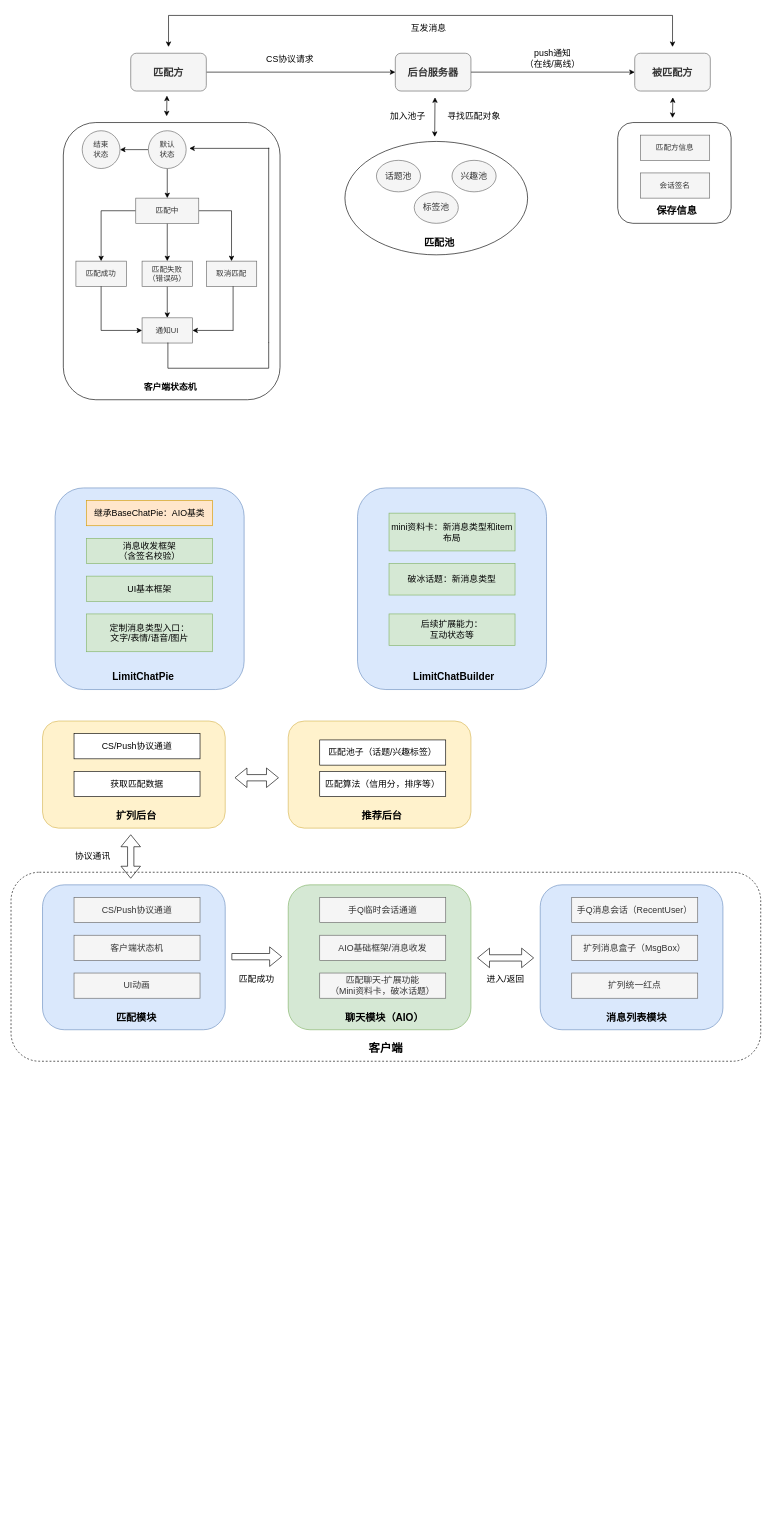
Earlier version of the draw.io diagram page "kuolie" (4 of 5) of t3.drawio (wind1096471134/Brainstorming). Source tidied: cells renumbered, new cells numbered last; positions are measured from the earlier drawing's top-left corner, leaving out a move shared by most shapes. Both pictures are drawn from the tidied source at 63%, with x=0, y=0 at pixel (11, 15).
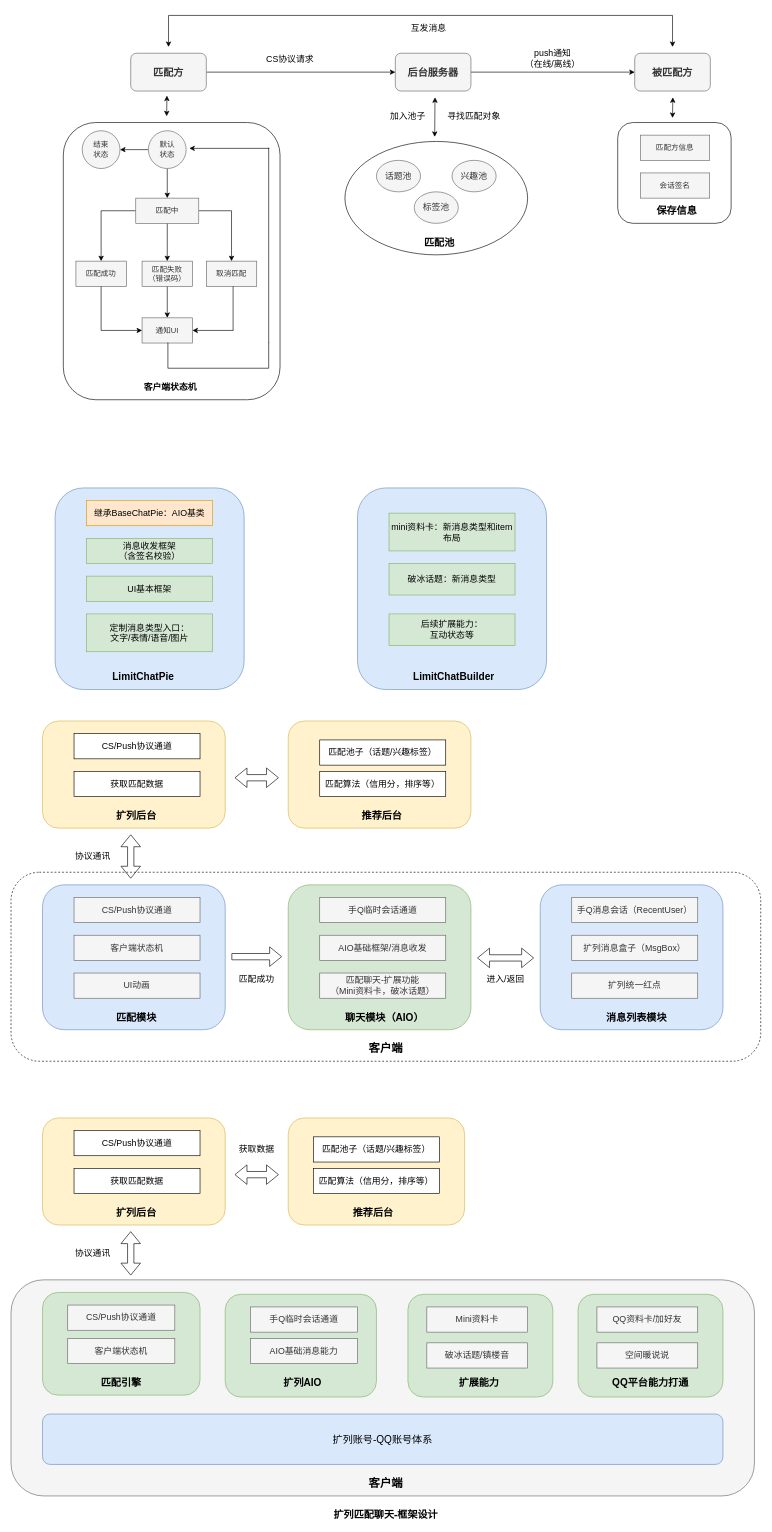
Above is the later version.

What changed in the source:
```diff
@@
+    <mxCell id="92" style="rounded=1;whiteSpace=wrap;html=1;fillColor=#f5f5f5;strokeWidth=1;perimeterSpacing=2;strokeColor=#666666;fontColor=#333333;" parent="1" vertex="1">
+      <mxGeometry y="2007" width="1180" height="343" as="geometry" />
+    </mxCell>
+    <mxCell id="93" style="rounded=1;whiteSpace=wrap;html=1;fillColor=#d5e8d4;strokeColor=#82b366;" parent="1" vertex="1">
+      <mxGeometry x="340" y="2030" width="240" height="163" as="geometry" />
+    </mxCell>
+    <mxCell id="94" value="&lt;font style=&quot;font-size: 16px&quot;&gt;&lt;b&gt;扩列AIO&lt;/b&gt;&lt;/font&gt;" style="text;html=1;strokeColor=none;fillColor=none;align=center;verticalAlign=middle;whiteSpace=wrap;rounded=0;" parent="1" vertex="1">
+      <mxGeometry x="390" y="2160" width="146" height="20" as="geometry" />
+    </mxCell>
+    <mxCell id="95" value="&lt;font style=&quot;font-size: 14px&quot;&gt;手Q临时会话通道&lt;/font&gt;" style="rounded=0;whiteSpace=wrap;html=1;fillColor=#f5f5f5;strokeColor=#666666;fontColor=#333333;" parent="1" vertex="1">
+      <mxGeometry x="380" y="2050" width="170" height="40" as="geometry" />
+    </mxCell>
+    <mxCell id="96" value="&lt;font style=&quot;font-size: 14px&quot;&gt;AIO基础消息能力&lt;/font&gt;" style="rounded=0;whiteSpace=wrap;html=1;fillColor=#f5f5f5;strokeColor=#666666;fontColor=#333333;" parent="1" vertex="1">
+      <mxGeometry x="380" y="2100" width="170" height="40" as="geometry" />
+    </mxCell>
+    <mxCell id="97" style="rounded=1;whiteSpace=wrap;html=1;fillColor=#d5e8d4;strokeColor=#82b366;" parent="1" vertex="1">
+      <mxGeometry x="630" y="2030" width="230" height="163" as="geometry" />
+    </mxCell>
+    <mxCell id="98" value="&lt;font style=&quot;font-size: 16px&quot;&gt;&lt;b&gt;扩展能力&lt;/b&gt;&lt;/font&gt;" style="text;html=1;strokeColor=none;fillColor=none;align=center;verticalAlign=middle;whiteSpace=wrap;rounded=0;" parent="1" vertex="1">
+      <mxGeometry x="690" y="2160" width="106" height="20" as="geometry" />
+    </mxCell>
+    <mxCell id="99" value="&lt;font style=&quot;font-size: 14px&quot;&gt;Mini资料卡&lt;/font&gt;" style="rounded=0;whiteSpace=wrap;html=1;fillColor=#f5f5f5;strokeColor=#666666;fontColor=#333333;" parent="1" vertex="1">
+      <mxGeometry x="660" y="2050" width="160" height="40" as="geometry" />
+    </mxCell>
+    <mxCell id="100" value="&lt;font style=&quot;font-size: 14px&quot;&gt;破冰话题/镇楼音&lt;/font&gt;" style="rounded=0;whiteSpace=wrap;html=1;fillColor=#f5f5f5;strokeColor=#666666;fontColor=#333333;" parent="1" vertex="1">
+      <mxGeometry x="660" y="2107" width="160" height="40" as="geometry" />
+    </mxCell>
+    <mxCell id="101" style="rounded=1;whiteSpace=wrap;html=1;fillColor=#d5e8d4;strokeColor=#82b366;" parent="1" vertex="1">
+      <mxGeometry x="50" y="2027" width="250" height="163" as="geometry" />
+    </mxCell>
+    <mxCell id="102" value="&lt;font style=&quot;font-size: 16px&quot;&gt;&lt;b&gt;匹配引擎&lt;/b&gt;&lt;/font&gt;" style="text;html=1;strokeColor=none;fillColor=none;align=center;verticalAlign=middle;whiteSpace=wrap;rounded=0;" parent="1" vertex="1">
+      <mxGeometry x="140" y="2160" width="70" height="20" as="geometry" />
+    </mxCell>
+    <mxCell id="103" value="&lt;font style=&quot;font-size: 14px&quot;&gt;CS/Push协议通道&lt;/font&gt;" style="rounded=0;whiteSpace=wrap;html=1;fillColor=#f5f5f5;strokeColor=#666666;fontColor=#333333;" parent="1" vertex="1">
+      <mxGeometry x="90" y="2047" width="170" height="40" as="geometry" />
+    </mxCell>
+    <mxCell id="104" value="&lt;font style=&quot;font-size: 14px&quot;&gt;客户端状态机&lt;/font&gt;" style="rounded=0;whiteSpace=wrap;html=1;fillColor=#f5f5f5;strokeColor=#666666;fontColor=#333333;" parent="1" vertex="1">
+      <mxGeometry x="90" y="2100" width="170" height="40" as="geometry" />
+    </mxCell>
+    <mxCell id="105" style="rounded=1;whiteSpace=wrap;html=1;fillColor=#fff2cc;strokeColor=#d6b656;" parent="1" vertex="1">
+      <mxGeometry x="50" y="1750" width="290" height="170" as="geometry" />
+    </mxCell>
+    <mxCell id="106" value="&lt;font style=&quot;font-size: 16px&quot;&gt;&lt;b&gt;扩列后台&lt;/b&gt;&lt;/font&gt;" style="text;html=1;strokeColor=none;fillColor=none;align=center;verticalAlign=middle;whiteSpace=wrap;rounded=0;" parent="1" vertex="1">
+      <mxGeometry x="164" y="1890" width="70" height="20" as="geometry" />
+    </mxCell>
+    <mxCell id="107" value="&lt;font style=&quot;font-size: 14px&quot;&gt;CS/Push协议通道&lt;/font&gt;" style="rounded=0;whiteSpace=wrap;html=1;" parent="1" vertex="1">
+      <mxGeometry x="100" y="1770" width="200" height="40" as="geometry" />
+    </mxCell>
+    <mxCell id="108" value="&lt;span style=&quot;font-size: 14px&quot;&gt;获取匹配数据&lt;/span&gt;" style="rounded=0;whiteSpace=wrap;html=1;" parent="1" vertex="1">
+      <mxGeometry x="100" y="1830" width="200" height="40" as="geometry" />
+    </mxCell>
+    <mxCell id="109" style="shape=flexArrow;endArrow=classic;startArrow=classic;html=1;" parent="1" edge="1">
+      <mxGeometry relative="1" as="geometry">
+        <mxPoint x="190" y="2000" as="sourcePoint" />
+        <mxPoint x="190" y="1930" as="targetPoint" />
+      </mxGeometry>
+    </mxCell>
+    <mxCell id="110" value="&lt;font style=&quot;font-size: 14px&quot;&gt;协议通讯&lt;/font&gt;" style="text;html=1;strokeColor=none;fillColor=none;align=center;verticalAlign=middle;whiteSpace=wrap;rounded=0;" parent="1" vertex="1">
+      <mxGeometry x="100" y="1955" width="60" height="20" as="geometry" />
+    </mxCell>
+    <mxCell id="111" value="&lt;font size=&quot;1&quot;&gt;&lt;b style=&quot;font-size: 18px&quot;&gt;客户端&lt;/b&gt;&lt;/font&gt;" style="text;html=1;strokeColor=none;fillColor=none;align=center;verticalAlign=middle;whiteSpace=wrap;rounded=0;dashed=1;" parent="1" vertex="1">
+      <mxGeometry x="560" y="2320" width="70" height="20" as="geometry" />
+    </mxCell>
+    <mxCell id="112" style="rounded=1;whiteSpace=wrap;html=1;fillColor=#fff2cc;strokeColor=#d6b656;" parent="1" vertex="1">
+      <mxGeometry x="440" y="1750" width="280" height="170" as="geometry" />
+    </mxCell>
+    <mxCell id="113" value="&lt;font style=&quot;font-size: 16px&quot;&gt;&lt;b&gt;推荐后台&lt;/b&gt;&lt;/font&gt;" style="text;html=1;strokeColor=none;fillColor=none;align=center;verticalAlign=middle;whiteSpace=wrap;rounded=0;" parent="1" vertex="1">
+      <mxGeometry x="540" y="1890" width="70" height="20" as="geometry" />
+    </mxCell>
+    <mxCell id="114" value="&lt;font style=&quot;font-size: 14px&quot;&gt;匹配池子（话题/兴趣标签）&lt;/font&gt;" style="rounded=0;whiteSpace=wrap;html=1;" parent="1" vertex="1">
+      <mxGeometry x="480" y="1780" width="200" height="40" as="geometry" />
+    </mxCell>
+    <mxCell id="115" value="&lt;span style=&quot;font-size: 14px&quot;&gt;匹配算法（信用分，排序等）&lt;/span&gt;" style="rounded=0;whiteSpace=wrap;html=1;" parent="1" vertex="1">
+      <mxGeometry x="480" y="1830" width="200" height="40" as="geometry" />
+    </mxCell>
+    <mxCell id="116" style="shape=flexArrow;endArrow=classic;startArrow=classic;html=1;" parent="1" edge="1">
+      <mxGeometry relative="1" as="geometry">
+        <mxPoint x="355" y="1840" as="sourcePoint" />
+        <mxPoint x="425" y="1840" as="targetPoint" />
+      </mxGeometry>
+    </mxCell>
+    <mxCell id="117" value="&lt;font style=&quot;font-size: 16px&quot;&gt;扩列账号-QQ账号体系&lt;/font&gt;" style="rounded=1;whiteSpace=wrap;html=1;fillColor=#dae8fc;strokeColor=#6c8ebf;" parent="1" vertex="1">
+      <mxGeometry x="50" y="2220" width="1080" height="80" as="geometry" />
+    </mxCell>
+    <mxCell id="118" style="rounded=1;whiteSpace=wrap;html=1;fillColor=#d5e8d4;strokeColor=#82b366;" parent="1" vertex="1">
+      <mxGeometry x="900" y="2030" width="230" height="163" as="geometry" />
+    </mxCell>
+    <mxCell id="119" value="&lt;font style=&quot;font-size: 16px&quot;&gt;&lt;b&gt;QQ平台能力打通&lt;/b&gt;&lt;/font&gt;" style="text;html=1;strokeColor=none;fillColor=none;align=center;verticalAlign=middle;whiteSpace=wrap;rounded=0;" parent="1" vertex="1">
+      <mxGeometry x="950" y="2160" width="130" height="20" as="geometry" />
+    </mxCell>
+    <mxCell id="120" value="&lt;font style=&quot;font-size: 14px&quot;&gt;QQ资料卡/加好友&lt;/font&gt;" style="rounded=0;whiteSpace=wrap;html=1;fillColor=#f5f5f5;strokeColor=#666666;fontColor=#333333;" parent="1" vertex="1">
+      <mxGeometry x="930" y="2050" width="160" height="40" as="geometry" />
+    </mxCell>
+    <mxCell id="121" value="&lt;font style=&quot;font-size: 14px&quot;&gt;空间暖说说&lt;/font&gt;" style="rounded=0;whiteSpace=wrap;html=1;fillColor=#f5f5f5;strokeColor=#666666;fontColor=#333333;" parent="1" vertex="1">
+      <mxGeometry x="930" y="2107" width="160" height="40" as="geometry" />
+    </mxCell>
+    <mxCell id="122" value="&lt;font style=&quot;font-size: 14px&quot;&gt;获取数据&lt;/font&gt;" style="text;html=1;strokeColor=none;fillColor=none;align=center;verticalAlign=middle;whiteSpace=wrap;rounded=0;" parent="1" vertex="1">
+      <mxGeometry x="360" y="1790" width="60" height="20" as="geometry" />
+    </mxCell>
+    <mxCell id="123" value="&lt;font style=&quot;font-size: 16px&quot;&gt;&lt;b&gt;扩列匹配聊天-框架设计&lt;/b&gt;&lt;/font&gt;" style="text;html=1;strokeColor=none;fillColor=none;align=center;verticalAlign=middle;whiteSpace=wrap;rounded=0;" parent="1" vertex="1">
+      <mxGeometry x="460" y="2370" width="270" height="20" as="geometry" />
+    </mxCell>
```
